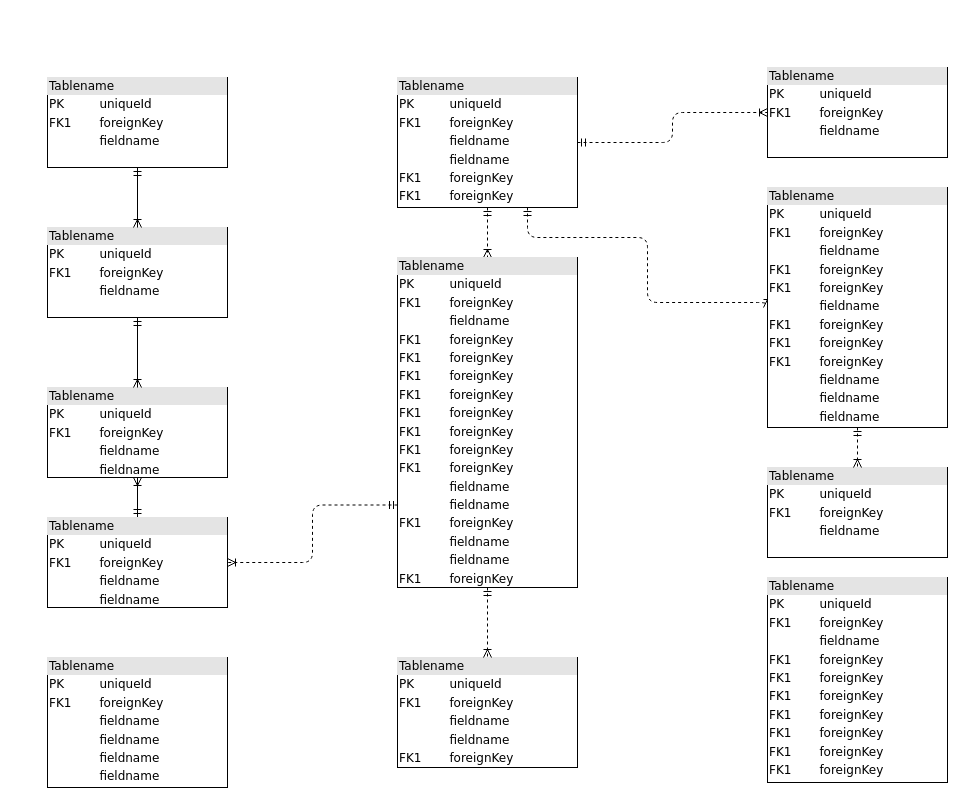
The draw.io diagram Untitled Diagram.drawio in laurenashley/adventure-gallery, before the edit. Source tidied: cells renumbered, new cells numbered last; positions are measured from the earlier drawing's top-left corner, leaving out a move shared by most shapes. Both pictures are drawn from the tidied source at 100%, with x=0, y=0 at pixel (47, 67).
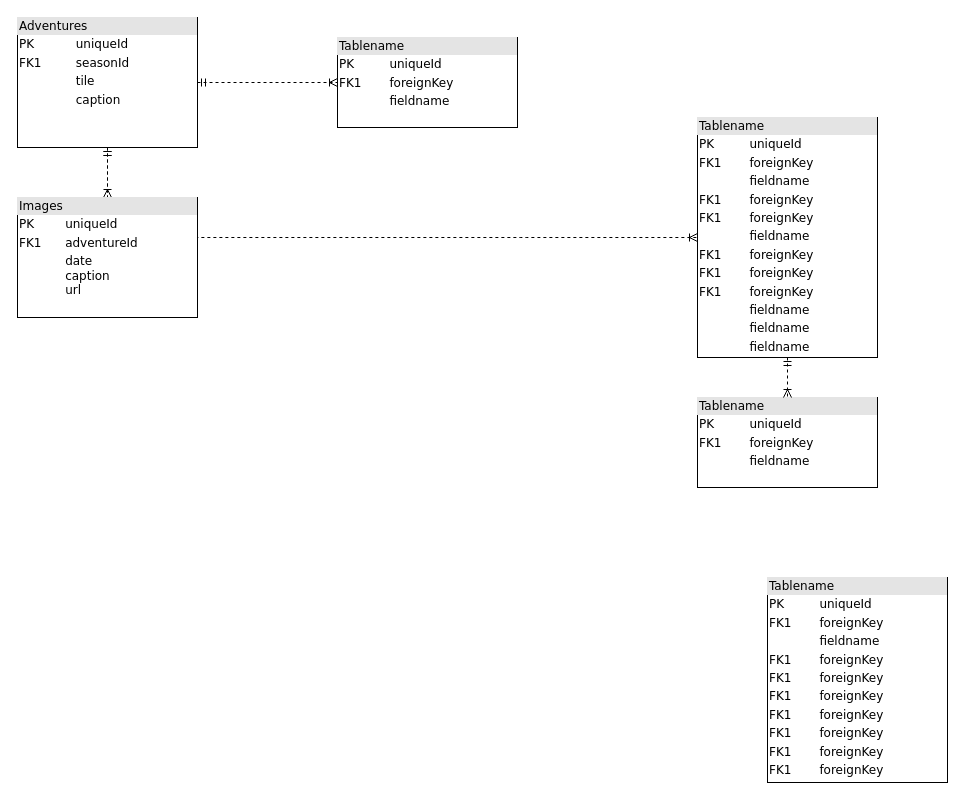
The same diagram, later.

Diff of the diagram source:
```diff
@@
-    <mxCell id="2" value="&lt;div style=&quot;box-sizing:border-box;width:100%;background:#e4e4e4;padding:2px;&quot;&gt;Tablename&lt;/div&gt;&lt;table style=&quot;width:100%;font-size:1em;&quot; cellpadding=&quot;2&quot; cellspacing=&quot;0&quot;&gt;&lt;tr&gt;&lt;td&gt;PK&lt;/td&gt;&lt;td&gt;uniqueId&lt;/td&gt;&lt;/tr&gt;&lt;tr&gt;&lt;td&gt;FK1&lt;/td&gt;&lt;td&gt;foreignKey&lt;/td&gt;&lt;/tr&gt;&lt;tr&gt;&lt;td&gt;&lt;/td&gt;&lt;td&gt;fieldname&lt;/td&gt;&lt;/tr&gt;&lt;/table&gt;" style="verticalAlign=top;align=left;overflow=fill;html=1;rounded=0;shadow=0;comic=0;labelBackgroundColor=none;strokeWidth=1;fontFamily=Verdana;fontSize=12;" parent="1" vertex="1">
-      <mxGeometry y="10" width="180" height="90" as="geometry" />
-    </mxCell>
@@
-    <mxCell id="6" value="&lt;div style=&quot;box-sizing: border-box ; width: 100% ; background: #e4e4e4 ; padding: 2px&quot;&gt;Tablename&lt;/div&gt;&lt;table style=&quot;width: 100% ; font-size: 1em&quot; cellpadding=&quot;2&quot; cellspacing=&quot;0&quot;&gt;&lt;tbody&gt;&lt;tr&gt;&lt;td&gt;PK&lt;/td&gt;&lt;td&gt;uniqueId&lt;/td&gt;&lt;/tr&gt;&lt;tr&gt;&lt;td&gt;FK1&lt;/td&gt;&lt;td&gt;foreignKey&lt;/td&gt;&lt;/tr&gt;&lt;tr&gt;&lt;td&gt;&lt;/td&gt;&lt;td&gt;fieldname&lt;/td&gt;&lt;/tr&gt;&lt;tr&gt;&lt;td&gt;&lt;br&gt;&lt;/td&gt;&lt;td&gt;fieldname&lt;br&gt;&lt;/td&gt;&lt;/tr&gt;&lt;tr&gt;&lt;td&gt;FK1&lt;br&gt;&lt;/td&gt;&lt;td&gt;foreignKey&lt;br&gt;&lt;/td&gt;&lt;/tr&gt;&lt;tr&gt;&lt;td&gt;FK1&lt;br&gt;&lt;/td&gt;&lt;td&gt;foreignKey&lt;br&gt;&lt;/td&gt;&lt;/tr&gt;&lt;/tbody&gt;&lt;/table&gt;" style="verticalAlign=top;align=left;overflow=fill;html=1;rounded=0;shadow=0;comic=0;labelBackgroundColor=none;strokeWidth=1;fontFamily=Verdana;fontSize=12;" parent="1" vertex="1">
-      <mxGeometry x="350" y="10" width="180" height="130" as="geometry" />
+    <mxCell id="6" value="&lt;div style=&quot;box-sizing: border-box ; width: 100% ; background: #e4e4e4 ; padding: 2px&quot;&gt;Adventures&lt;/div&gt;&lt;table style=&quot;width: 100% ; font-size: 1em&quot; cellpadding=&quot;2&quot; cellspacing=&quot;0&quot;&gt;&lt;tbody&gt;&lt;tr&gt;&lt;td&gt;PK&lt;/td&gt;&lt;td&gt;uniqueId&lt;/td&gt;&lt;/tr&gt;&lt;tr&gt;&lt;td&gt;FK1&lt;/td&gt;&lt;td&gt;seasonId&lt;/td&gt;&lt;/tr&gt;&lt;tr&gt;&lt;td&gt;&lt;/td&gt;&lt;td&gt;tile&lt;/td&gt;&lt;/tr&gt;&lt;tr&gt;&lt;td&gt;&lt;br&gt;&lt;/td&gt;&lt;td&gt;caption&lt;/td&gt;&lt;/tr&gt;&lt;/tbody&gt;&lt;/table&gt;" style="verticalAlign=top;align=left;overflow=fill;html=1;rounded=0;shadow=0;comic=0;labelBackgroundColor=none;strokeWidth=1;fontFamily=Verdana;fontSize=12;" parent="1" vertex="1">
+      <mxGeometry x="-30" y="-50" width="180" height="130" as="geometry" />
     </mxCell>
-    <mxCell id="7" style="edgeStyle=orthogonalEdgeStyle;html=1;labelBackgroundColor=none;startArrow=ERmandOne;endArrow=ERoneToMany;fontFamily=Verdana;fontSize=12;align=left;" parent="1" edge="1" source="9" target="10">
-      <mxGeometry relative="1" as="geometry" />
-    </mxCell>
-    <mxCell id="8" style="edgeStyle=orthogonalEdgeStyle;html=1;exitX=0;exitY=0.75;entryX=1;entryY=0.5;dashed=1;labelBackgroundColor=none;startArrow=ERmandOne;endArrow=ERoneToMany;fontFamily=Verdana;fontSize=12;align=left;" parent="1" edge="1" source="16" target="9">
-      <mxGeometry relative="1" as="geometry" />
-    </mxCell>
-    <mxCell id="9" value="&lt;div style=&quot;box-sizing: border-box ; width: 100% ; background: #e4e4e4 ; padding: 2px&quot;&gt;Tablename&lt;/div&gt;&lt;table style=&quot;width: 100% ; font-size: 1em&quot; cellpadding=&quot;2&quot; cellspacing=&quot;0&quot;&gt;&lt;tbody&gt;&lt;tr&gt;&lt;td&gt;PK&lt;/td&gt;&lt;td&gt;uniqueId&lt;/td&gt;&lt;/tr&gt;&lt;tr&gt;&lt;td&gt;FK1&lt;/td&gt;&lt;td&gt;foreignKey&lt;/td&gt;&lt;/tr&gt;&lt;tr&gt;&lt;td&gt;&lt;/td&gt;&lt;td&gt;fieldname&lt;/td&gt;&lt;/tr&gt;&lt;tr&gt;&lt;td&gt;&lt;br&gt;&lt;/td&gt;&lt;td&gt;fieldname&lt;br&gt;&lt;/td&gt;&lt;/tr&gt;&lt;/tbody&gt;&lt;/table&gt;" style="verticalAlign=top;align=left;overflow=fill;html=1;rounded=0;shadow=0;comic=0;labelBackgroundColor=none;strokeWidth=1;fontFamily=Verdana;fontSize=12;" parent="1" vertex="1">
-      <mxGeometry y="450" width="180" height="90" as="geometry" />
-    </mxCell>
-    <mxCell id="10" value="&lt;div style=&quot;box-sizing: border-box ; width: 100% ; background: #e4e4e4 ; padding: 2px&quot;&gt;Tablename&lt;/div&gt;&lt;table style=&quot;width: 100% ; font-size: 1em&quot; cellpadding=&quot;2&quot; cellspacing=&quot;0&quot;&gt;&lt;tbody&gt;&lt;tr&gt;&lt;td&gt;PK&lt;/td&gt;&lt;td&gt;uniqueId&lt;/td&gt;&lt;/tr&gt;&lt;tr&gt;&lt;td&gt;FK1&lt;/td&gt;&lt;td&gt;foreignKey&lt;/td&gt;&lt;/tr&gt;&lt;tr&gt;&lt;td&gt;&lt;/td&gt;&lt;td&gt;fieldname&lt;/td&gt;&lt;/tr&gt;&lt;tr&gt;&lt;td&gt;&lt;br&gt;&lt;/td&gt;&lt;td&gt;fieldname&lt;br&gt;&lt;/td&gt;&lt;/tr&gt;&lt;/tbody&gt;&lt;/table&gt;" style="verticalAlign=top;align=left;overflow=fill;html=1;rounded=0;shadow=0;comic=0;labelBackgroundColor=none;strokeWidth=1;fontFamily=Verdana;fontSize=12;" parent="1" vertex="1">
-      <mxGeometry y="320" width="180" height="90" as="geometry" />
-    </mxCell>
-    <mxCell id="11" style="edgeStyle=orthogonalEdgeStyle;html=1;entryX=0.5;entryY=0;labelBackgroundColor=none;startArrow=ERmandOne;endArrow=ERoneToMany;fontFamily=Verdana;fontSize=12;align=left;" parent="1" edge="1" source="12" target="10">
-      <mxGeometry relative="1" as="geometry" />
-    </mxCell>
-    <mxCell id="12" value="&lt;div style=&quot;box-sizing:border-box;width:100%;background:#e4e4e4;padding:2px;&quot;&gt;Tablename&lt;/div&gt;&lt;table style=&quot;width:100%;font-size:1em;&quot; cellpadding=&quot;2&quot; cellspacing=&quot;0&quot;&gt;&lt;tr&gt;&lt;td&gt;PK&lt;/td&gt;&lt;td&gt;uniqueId&lt;/td&gt;&lt;/tr&gt;&lt;tr&gt;&lt;td&gt;FK1&lt;/td&gt;&lt;td&gt;foreignKey&lt;/td&gt;&lt;/tr&gt;&lt;tr&gt;&lt;td&gt;&lt;/td&gt;&lt;td&gt;fieldname&lt;/td&gt;&lt;/tr&gt;&lt;/table&gt;" style="verticalAlign=top;align=left;overflow=fill;html=1;rounded=0;shadow=0;comic=0;labelBackgroundColor=none;strokeWidth=1;fontFamily=Verdana;fontSize=12;" parent="1" vertex="1">
-      <mxGeometry y="160" width="180" height="90" as="geometry" />
-    </mxCell>
@@
-    <mxCell id="14" value="&lt;div style=&quot;box-sizing: border-box ; width: 100% ; background: #e4e4e4 ; padding: 2px&quot;&gt;Tablename&lt;/div&gt;&lt;table style=&quot;width: 100% ; font-size: 1em&quot; cellpadding=&quot;2&quot; cellspacing=&quot;0&quot;&gt;&lt;tbody&gt;&lt;tr&gt;&lt;td&gt;PK&lt;/td&gt;&lt;td&gt;uniqueId&lt;/td&gt;&lt;/tr&gt;&lt;tr&gt;&lt;td&gt;FK1&lt;/td&gt;&lt;td&gt;foreignKey&lt;/td&gt;&lt;/tr&gt;&lt;tr&gt;&lt;td&gt;&lt;/td&gt;&lt;td&gt;fieldname&lt;/td&gt;&lt;/tr&gt;&lt;tr&gt;&lt;td&gt;&lt;br&gt;&lt;/td&gt;&lt;td&gt;fieldname&lt;br&gt;&lt;/td&gt;&lt;/tr&gt;&lt;tr&gt;&lt;td&gt;FK1&lt;br&gt;&lt;/td&gt;&lt;td&gt;foreignKey&lt;br&gt;&lt;/td&gt;&lt;/tr&gt;&lt;/tbody&gt;&lt;/table&gt;" style="verticalAlign=top;align=left;overflow=fill;html=1;rounded=0;shadow=0;comic=0;labelBackgroundColor=none;strokeWidth=1;fontFamily=Verdana;fontSize=12;" parent="1" vertex="1">
-      <mxGeometry x="350" y="590" width="180" height="110" as="geometry" />
-    </mxCell>
-    <mxCell id="15" style="edgeStyle=orthogonalEdgeStyle;html=1;entryX=0.5;entryY=0;labelBackgroundColor=none;startArrow=ERmandOne;endArrow=ERoneToMany;fontFamily=Verdana;fontSize=12;align=left;dashed=1;" parent="1" edge="1" source="16" target="14">
-      <mxGeometry relative="1" as="geometry" />
-    </mxCell>
-    <mxCell id="16" value="&lt;div style=&quot;box-sizing: border-box ; width: 100% ; background: #e4e4e4 ; padding: 2px&quot;&gt;Tablename&lt;/div&gt;&lt;table style=&quot;width: 100% ; font-size: 1em&quot; cellpadding=&quot;2&quot; cellspacing=&quot;0&quot;&gt;&lt;tbody&gt;&lt;tr&gt;&lt;td&gt;PK&lt;/td&gt;&lt;td&gt;uniqueId&lt;/td&gt;&lt;/tr&gt;&lt;tr&gt;&lt;td&gt;FK1&lt;/td&gt;&lt;td&gt;foreignKey&lt;/td&gt;&lt;/tr&gt;&lt;tr&gt;&lt;td&gt;&lt;/td&gt;&lt;td&gt;fieldname&lt;/td&gt;&lt;/tr&gt;&lt;tr&gt;&lt;td&gt;FK1&lt;br&gt;&lt;/td&gt;&lt;td&gt;foreignKey&lt;br&gt;&lt;/td&gt;&lt;/tr&gt;&lt;tr&gt;&lt;td&gt;FK1&lt;br&gt;&lt;/td&gt;&lt;td&gt;foreignKey&lt;br&gt;&lt;/td&gt;&lt;/tr&gt;&lt;tr&gt;&lt;td&gt;FK1&lt;br&gt;&lt;/td&gt;&lt;td&gt;foreignKey&lt;br&gt;&lt;/td&gt;&lt;/tr&gt;&lt;tr&gt;&lt;td&gt;FK1&lt;br&gt;&lt;/td&gt;&lt;td&gt;foreignKey&lt;br&gt;&lt;/td&gt;&lt;/tr&gt;&lt;tr&gt;&lt;td&gt;FK1&lt;br&gt;&lt;/td&gt;&lt;td&gt;foreignKey&lt;br&gt;&lt;/td&gt;&lt;/tr&gt;&lt;tr&gt;&lt;td&gt;FK1&lt;br&gt;&lt;/td&gt;&lt;td&gt;foreignKey&lt;br&gt;&lt;/td&gt;&lt;/tr&gt;&lt;tr&gt;&lt;td&gt;FK1&lt;br&gt;&lt;/td&gt;&lt;td&gt;foreignKey&lt;br&gt;&lt;/td&gt;&lt;/tr&gt;&lt;tr&gt;&lt;td&gt;FK1&lt;br&gt;&lt;/td&gt;&lt;td&gt;foreignKey&lt;br&gt;&lt;/td&gt;&lt;/tr&gt;&lt;tr&gt;&lt;td&gt;&lt;br&gt;&lt;/td&gt;&lt;td&gt;fieldname&lt;br&gt;&lt;/td&gt;&lt;/tr&gt;&lt;tr&gt;&lt;td&gt;&lt;br&gt;&lt;/td&gt;&lt;td&gt;fieldname&lt;br&gt;&lt;/td&gt;&lt;/tr&gt;&lt;tr&gt;&lt;td&gt;FK1&lt;br&gt;&lt;/td&gt;&lt;td&gt;foreignKey&lt;br&gt;&lt;/td&gt;&lt;/tr&gt;&lt;tr&gt;&lt;td&gt;&lt;br&gt;&lt;/td&gt;&lt;td&gt;fieldname&lt;br&gt;&lt;/td&gt;&lt;/tr&gt;&lt;tr&gt;&lt;td&gt;&lt;br&gt;&lt;/td&gt;&lt;td&gt;fieldname&lt;br&gt;&lt;/td&gt;&lt;/tr&gt;&lt;tr&gt;&lt;td&gt;FK1&lt;br&gt;&lt;/td&gt;&lt;td&gt;foreignKey&lt;br&gt;&lt;/td&gt;&lt;/tr&gt;&lt;/tbody&gt;&lt;/table&gt;" style="verticalAlign=top;align=left;overflow=fill;html=1;rounded=0;shadow=0;comic=0;labelBackgroundColor=none;strokeWidth=1;fontFamily=Verdana;fontSize=12;" parent="1" vertex="1">
-      <mxGeometry x="350" y="190" width="180" height="330" as="geometry" />
+    <mxCell id="16" value="&lt;div style=&quot;box-sizing: border-box ; width: 100% ; background: #e4e4e4 ; padding: 2px&quot;&gt;Images&lt;/div&gt;&lt;table style=&quot;width: 100% ; font-size: 1em&quot; cellpadding=&quot;2&quot; cellspacing=&quot;0&quot;&gt;&lt;tbody&gt;&lt;tr&gt;&lt;td&gt;PK&lt;/td&gt;&lt;td&gt;uniqueId&lt;/td&gt;&lt;/tr&gt;&lt;tr&gt;&lt;td&gt;FK1&lt;/td&gt;&lt;td&gt;adventureId&lt;/td&gt;&lt;/tr&gt;&lt;tr&gt;&lt;td&gt;&lt;/td&gt;&lt;td&gt;date&lt;br&gt;caption&lt;br&gt;url&lt;/td&gt;&lt;/tr&gt;&lt;tr&gt;&lt;td&gt;&lt;br&gt;&lt;/td&gt;&lt;td&gt;&lt;br&gt;&lt;/td&gt;&lt;/tr&gt;&lt;tr&gt;&lt;td&gt;&lt;/td&gt;&lt;td&gt;&lt;br&gt;&lt;/td&gt;&lt;/tr&gt;&lt;/tbody&gt;&lt;/table&gt;" style="verticalAlign=top;align=left;overflow=fill;html=1;rounded=0;shadow=0;comic=0;labelBackgroundColor=none;strokeWidth=1;fontFamily=Verdana;fontSize=12;" parent="1" vertex="1">
+      <mxGeometry x="-30" y="130" width="180" height="120" as="geometry" />
     </mxCell>
     <mxCell id="17" value="&lt;div style=&quot;box-sizing:border-box;width:100%;background:#e4e4e4;padding:2px;&quot;&gt;Tablename&lt;/div&gt;&lt;table style=&quot;width:100%;font-size:1em;&quot; cellpadding=&quot;2&quot; cellspacing=&quot;0&quot;&gt;&lt;tr&gt;&lt;td&gt;PK&lt;/td&gt;&lt;td&gt;uniqueId&lt;/td&gt;&lt;/tr&gt;&lt;tr&gt;&lt;td&gt;FK1&lt;/td&gt;&lt;td&gt;foreignKey&lt;/td&gt;&lt;/tr&gt;&lt;tr&gt;&lt;td&gt;&lt;/td&gt;&lt;td&gt;fieldname&lt;/td&gt;&lt;/tr&gt;&lt;/table&gt;" style="verticalAlign=top;align=left;overflow=fill;html=1;rounded=0;shadow=0;comic=0;labelBackgroundColor=none;strokeWidth=1;fontFamily=Verdana;fontSize=12;" parent="1" vertex="1">
-      <mxGeometry x="720" y="400" width="180" height="90" as="geometry" />
+      <mxGeometry x="650" y="330" width="180" height="90" as="geometry" />
     </mxCell>
@@
     <mxCell id="19" value="&lt;div style=&quot;box-sizing: border-box ; width: 100% ; background: #e4e4e4 ; padding: 2px&quot;&gt;Tablename&lt;/div&gt;&lt;table style=&quot;width: 100% ; font-size: 1em&quot; cellpadding=&quot;2&quot; cellspacing=&quot;0&quot;&gt;&lt;tbody&gt;&lt;tr&gt;&lt;td&gt;PK&lt;/td&gt;&lt;td&gt;uniqueId&lt;/td&gt;&lt;/tr&gt;&lt;tr&gt;&lt;td&gt;FK1&lt;/td&gt;&lt;td&gt;foreignKey&lt;/td&gt;&lt;/tr&gt;&lt;tr&gt;&lt;td&gt;&lt;/td&gt;&lt;td&gt;fieldname&lt;/td&gt;&lt;/tr&gt;&lt;tr&gt;&lt;td&gt;FK1&lt;br&gt;&lt;/td&gt;&lt;td&gt;foreignKey&lt;br&gt;&lt;/td&gt;&lt;/tr&gt;&lt;tr&gt;&lt;td&gt;FK1&lt;br&gt;&lt;/td&gt;&lt;td&gt;foreignKey&lt;br&gt;&lt;/td&gt;&lt;/tr&gt;&lt;tr&gt;&lt;td&gt;&lt;br&gt;&lt;/td&gt;&lt;td&gt;fieldname&lt;br&gt;&lt;/td&gt;&lt;/tr&gt;&lt;tr&gt;&lt;td&gt;FK1&lt;br&gt;&lt;/td&gt;&lt;td&gt;foreignKey&lt;br&gt;&lt;/td&gt;&lt;/tr&gt;&lt;tr&gt;&lt;td&gt;FK1&lt;br&gt;&lt;/td&gt;&lt;td&gt;foreignKey&lt;br&gt;&lt;/td&gt;&lt;/tr&gt;&lt;tr&gt;&lt;td&gt;FK1&lt;br&gt;&lt;/td&gt;&lt;td&gt;foreignKey&lt;br&gt;&lt;/td&gt;&lt;/tr&gt;&lt;tr&gt;&lt;td&gt;&lt;br&gt;&lt;/td&gt;&lt;td&gt;fieldname&lt;br&gt;&lt;/td&gt;&lt;/tr&gt;&lt;tr&gt;&lt;td&gt;&lt;br&gt;&lt;/td&gt;&lt;td&gt;fieldname&lt;br&gt;&lt;/td&gt;&lt;/tr&gt;&lt;tr&gt;&lt;td&gt;&lt;br&gt;&lt;/td&gt;&lt;td&gt;fieldname&lt;br&gt;&lt;/td&gt;&lt;/tr&gt;&lt;/tbody&gt;&lt;/table&gt;" style="verticalAlign=top;align=left;overflow=fill;html=1;rounded=0;shadow=0;comic=0;labelBackgroundColor=none;strokeWidth=1;fontFamily=Verdana;fontSize=12;" parent="1" vertex="1">
-      <mxGeometry x="720" y="120" width="180" height="240" as="geometry" />
+      <mxGeometry x="650" y="50" width="180" height="240" as="geometry" />
     </mxCell>
     <mxCell id="20" value="&lt;div style=&quot;box-sizing:border-box;width:100%;background:#e4e4e4;padding:2px;&quot;&gt;Tablename&lt;/div&gt;&lt;table style=&quot;width:100%;font-size:1em;&quot; cellpadding=&quot;2&quot; cellspacing=&quot;0&quot;&gt;&lt;tr&gt;&lt;td&gt;PK&lt;/td&gt;&lt;td&gt;uniqueId&lt;/td&gt;&lt;/tr&gt;&lt;tr&gt;&lt;td&gt;FK1&lt;/td&gt;&lt;td&gt;foreignKey&lt;/td&gt;&lt;/tr&gt;&lt;tr&gt;&lt;td&gt;&lt;/td&gt;&lt;td&gt;fieldname&lt;/td&gt;&lt;/tr&gt;&lt;/table&gt;" style="verticalAlign=top;align=left;overflow=fill;html=1;rounded=0;shadow=0;comic=0;labelBackgroundColor=none;strokeWidth=1;fontFamily=Verdana;fontSize=12;" parent="1" vertex="1">
-      <mxGeometry x="720" width="180" height="90" as="geometry" />
+      <mxGeometry x="290" y="-30" width="180" height="90" as="geometry" />
     </mxCell>
-    <mxCell id="21" value="&lt;div style=&quot;box-sizing: border-box ; width: 100% ; background: #e4e4e4 ; padding: 2px&quot;&gt;Tablename&lt;/div&gt;&lt;table style=&quot;width: 100% ; font-size: 1em&quot; cellpadding=&quot;2&quot; cellspacing=&quot;0&quot;&gt;&lt;tbody&gt;&lt;tr&gt;&lt;td&gt;PK&lt;/td&gt;&lt;td&gt;uniqueId&lt;/td&gt;&lt;/tr&gt;&lt;tr&gt;&lt;td&gt;FK1&lt;/td&gt;&lt;td&gt;foreignKey&lt;/td&gt;&lt;/tr&gt;&lt;tr&gt;&lt;td&gt;&lt;/td&gt;&lt;td&gt;fieldname&lt;/td&gt;&lt;/tr&gt;&lt;tr&gt;&lt;td&gt;&lt;br&gt;&lt;/td&gt;&lt;td&gt;fieldname&lt;br&gt;&lt;/td&gt;&lt;/tr&gt;&lt;tr&gt;&lt;td&gt;&lt;br&gt;&lt;/td&gt;&lt;td&gt;fieldname&lt;br&gt;&lt;/td&gt;&lt;/tr&gt;&lt;tr&gt;&lt;td&gt;&lt;br&gt;&lt;/td&gt;&lt;td&gt;fieldname&lt;br&gt;&lt;/td&gt;&lt;/tr&gt;&lt;/tbody&gt;&lt;/table&gt;" style="verticalAlign=top;align=left;overflow=fill;html=1;rounded=0;shadow=0;comic=0;labelBackgroundColor=none;strokeWidth=1;fontFamily=Verdana;fontSize=12;" parent="1" vertex="1">
-      <mxGeometry y="590" width="180" height="130" as="geometry" />
-    </mxCell>
-    <mxCell id="22" style="edgeStyle=orthogonalEdgeStyle;html=1;endArrow=ERoneToMany;startArrow=ERmandOne;labelBackgroundColor=none;fontFamily=Verdana;fontSize=12;align=left;exitX=0.5;exitY=1;entryX=0.5;entryY=0;" parent="1" edge="1" source="2" target="12">
-      <mxGeometry relative="1" as="geometry" />
-    </mxCell>
```
